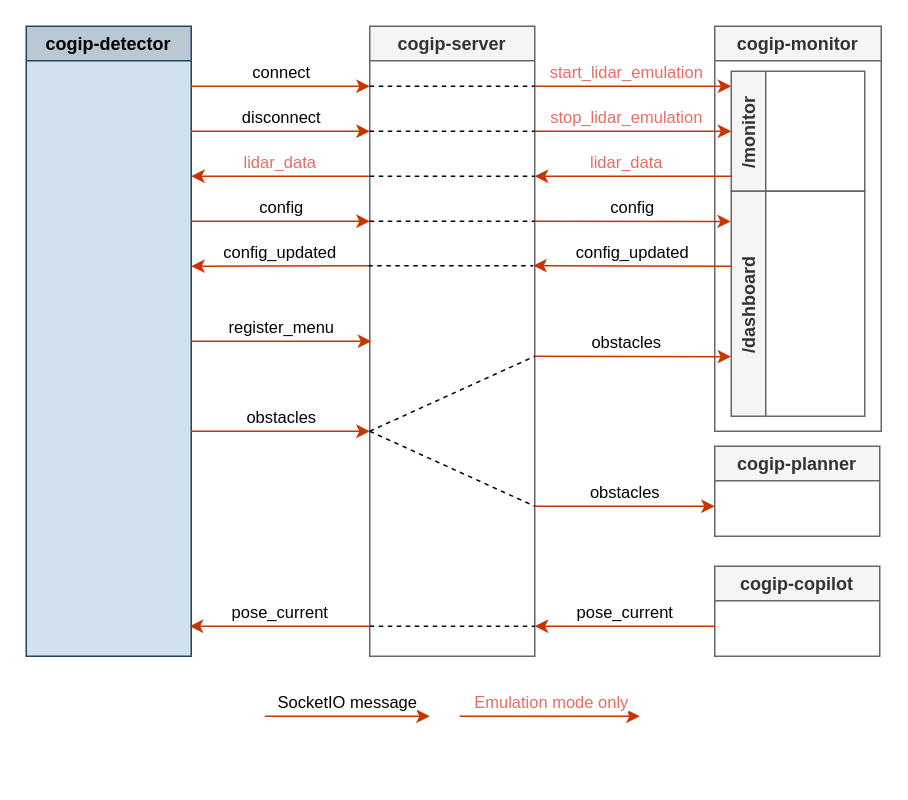
Above: page "detector" (4 of 7) of docs/img/cogip.drawio in cogip/simulation (draw.io), before the change. Source tidied: cells renumbered, new cells numbered last; positions are measured from the earlier drawing's top-left corner, leaving out a move shared by most shapes. Both pictures are drawn from the tidied source at 150%, with x=0, y=0 at pixel (26, 26).
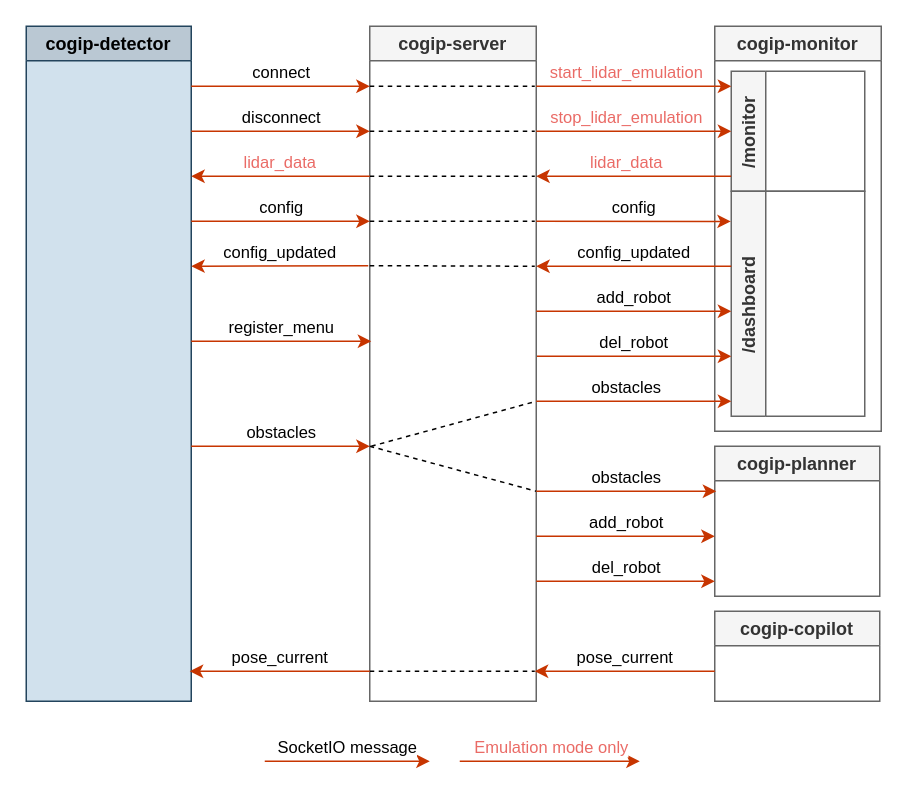
The same page after the edit.

Commit message (it also covers changes not shown here):
docs: update schemas with add_robot and del_robot data flow

The change refers to these unchanged cells:
```xml
<mxCell id="2" value="cogip-monitor" style="swimlane;fillColor=#f5f5f5;strokeColor=#666666;fontColor=#333333;swimlaneFillColor=none;" parent="1" vertex="1">
  <mxGeometry x="459" width="111" height="270" as="geometry" />
</mxCell>
<mxCell id="3" value="/monitor" style="swimlane;horizontal=0;fontColor=#333333;fillColor=#f5f5f5;strokeColor=#666666;" parent="2" vertex="1">
  <mxGeometry x="11" y="30" width="89" height="80" as="geometry" />
</mxCell>
<mxCell id="4" value="/dashboard" style="swimlane;horizontal=0;fontColor=#333333;fillColor=#f5f5f5;strokeColor=#666666;" parent="2" vertex="1">
  <mxGeometry x="11" y="110" width="89" height="150" as="geometry" />
</mxCell>
```

Diff of the diagram source:
```diff
@@
+    <mxCell id="35" value="del_robot" style="endArrow=classic;html=1;rounded=0;verticalAlign=bottom;fillColor=#fa6800;strokeColor=#C73500;startArrow=none;startFill=0;endFill=1;" parent="2" edge="1">
+      <mxGeometry relative="1" as="geometry">
+        <mxPoint x="-119" y="220" as="sourcePoint" />
+        <mxPoint x="11" y="220" as="targetPoint" />
+      </mxGeometry>
+    </mxCell>
     <mxCell id="5" value="cogip-detector" style="swimlane;fillColor=#bac8d3;strokeColor=#23445d;swimlaneFillColor=#D1E1ED;" parent="1" vertex="1">
-      <mxGeometry width="110" height="420" as="geometry" />
+      <mxGeometry width="110" height="450" as="geometry" />
     </mxCell>
     <mxCell id="6" value="cogip-server" style="swimlane;fillColor=#f5f5f5;fontColor=#333333;strokeColor=#666666;" parent="1" vertex="1">
-      <mxGeometry x="229" width="110" height="420" as="geometry" />
+      <mxGeometry x="229" width="111" height="450" as="geometry" />
     </mxCell>
@@
     <mxCell id="10" style="endArrow=none;dashed=1;html=1;rounded=0;" parent="6" edge="1">
       <mxGeometry relative="1" as="geometry">
-        <mxPoint y="400" as="sourcePoint" />
-        <mxPoint x="110" y="400" as="targetPoint" />
+        <mxPoint y="430" as="sourcePoint" />
+        <mxPoint x="110" y="430" as="targetPoint" />
       </mxGeometry>
     </mxCell>
     <mxCell id="11" style="endArrow=none;dashed=1;html=1;rounded=0;" parent="6" edge="1">
       <mxGeometry relative="1" as="geometry">
-        <mxPoint y="270" as="sourcePoint" />
-        <mxPoint x="110" y="220" as="targetPoint" />
+        <mxPoint x="1" y="280" as="sourcePoint" />
+        <mxPoint x="111" y="250" as="targetPoint" />
       </mxGeometry>
     </mxCell>
     <mxCell id="12" style="endArrow=none;dashed=1;html=1;rounded=0;" parent="6" edge="1">
       <mxGeometry relative="1" as="geometry">
-        <mxPoint y="270" as="sourcePoint" />
-        <mxPoint x="110" y="320" as="targetPoint" />
+        <mxPoint y="280" as="sourcePoint" />
+        <mxPoint x="111" y="310" as="targetPoint" />
       </mxGeometry>
     </mxCell>
@@
     <mxCell id="14" value="config" style="endArrow=classic;html=1;rounded=0;verticalAlign=bottom;snapToPoint=1;fillColor=#fa6800;strokeColor=#C73500;entryX=-0.003;entryY=0.134;entryDx=0;entryDy=0;entryPerimeter=0;" parent="6" edge="1" target="4">
       <mxGeometry relative="1" as="geometry">
-        <mxPoint x="110" y="130" as="sourcePoint" />
+        <mxPoint x="111" y="130" as="sourcePoint" />
       </mxGeometry>
     </mxCell>
     <mxCell id="15" style="endArrow=none;dashed=1;html=1;rounded=0;" parent="6" edge="1">
       <mxGeometry relative="1" as="geometry">
-        <mxPoint x="-1" y="159.6" as="sourcePoint" />
-        <mxPoint x="109" y="159.6" as="targetPoint" />
+        <mxPoint y="159.6" as="sourcePoint" />
+        <mxPoint x="110" y="160" as="targetPoint" />
       </mxGeometry>
     </mxCell>
     <mxCell id="16" value="config_updated" style="endArrow=classic;html=1;rounded=0;verticalAlign=bottom;fillColor=#fa6800;strokeColor=#C73500;" parent="6" edge="1">
       <mxGeometry relative="1" as="geometry">
         <mxPoint x="241" y="160" as="sourcePoint" />
-        <mxPoint x="109" y="159.6" as="targetPoint" />
+        <mxPoint x="111" y="160" as="targetPoint" />
       </mxGeometry>
     </mxCell>
     <mxCell id="17" value="cogip-copilot" style="swimlane;fillColor=#f5f5f5;fontColor=#333333;strokeColor=#666666;" parent="1" vertex="1">
-      <mxGeometry x="459" y="360" width="110" height="60" as="geometry" />
+      <mxGeometry x="459" y="390" width="110" height="60" as="geometry" />
     </mxCell>
     <mxCell id="18" value="pose_current" style="endArrow=classic;html=1;rounded=0;verticalAlign=bottom;fillColor=#fa6800;strokeColor=#C73500;" parent="1" edge="1">
       <mxGeometry relative="1" as="geometry">
-        <mxPoint x="229" y="400" as="sourcePoint" />
-        <mxPoint x="109" y="400" as="targetPoint" />
+        <mxPoint x="229" y="430" as="sourcePoint" />
+        <mxPoint x="109" y="430" as="targetPoint" />
       </mxGeometry>
     </mxCell>
@@
     <mxCell id="21" value="obstacles" style="endArrow=classic;html=1;rounded=0;verticalAlign=bottom;snapToPoint=1;fillColor=#fa6800;strokeColor=#C73500;" parent="1" edge="1">
       <mxGeometry relative="1" as="geometry">
-        <mxPoint x="110" y="270" as="sourcePoint" />
-        <mxPoint x="229" y="270" as="targetPoint" />
+        <mxPoint x="110" y="280" as="sourcePoint" />
+        <mxPoint x="229" y="280" as="targetPoint" />
       </mxGeometry>
     </mxCell>
     <mxCell id="22" value="start_lidar_emulation" style="endArrow=classic;html=1;rounded=0;verticalAlign=bottom;fontColor=#EA6B66;fillColor=#fa6800;strokeColor=#C73500;" parent="1" edge="1">
       <mxGeometry x="-0.07" relative="1" as="geometry">
-        <mxPoint x="339" y="40" as="sourcePoint" />
+        <mxPoint x="340" y="40" as="sourcePoint" />
         <mxPoint x="470" y="40" as="targetPoint" />
       </mxGeometry>
     </mxCell>
     <mxCell id="23" value="stop_lidar_emulation" style="endArrow=classic;html=1;rounded=0;verticalAlign=bottom;fontColor=#EA6B66;fillColor=#fa6800;strokeColor=#C73500;" parent="1" edge="1">
       <mxGeometry x="-0.07" relative="1" as="geometry">
-        <mxPoint x="339" y="70" as="sourcePoint" />
+        <mxPoint x="340" y="70" as="sourcePoint" />
         <mxPoint x="470" y="70" as="targetPoint" />
       </mxGeometry>
     </mxCell>
@@
     <mxCell id="25" value="lidar_data" style="endArrow=classic;html=1;rounded=0;verticalAlign=bottom;fontColor=#EA6B66;fillColor=#fa6800;strokeColor=#C73500;exitX=-0.001;exitY=0.875;exitDx=0;exitDy=0;exitPerimeter=0;" parent="1" edge="1" source="3">
       <mxGeometry x="0.07" relative="1" as="geometry">
-        <mxPoint x="339" y="100" as="targetPoint" />
+        <mxPoint x="340" y="100" as="targetPoint" />
       </mxGeometry>
     </mxCell>
     <mxCell id="26" value="cogip-planner" style="swimlane;fillColor=#f5f5f5;fontColor=#333333;strokeColor=#666666;" parent="1" vertex="1">
-      <mxGeometry x="459" y="280" width="110" height="60" as="geometry" />
+      <mxGeometry x="459" y="280" width="110" height="100" as="geometry" />
     </mxCell>
     <mxCell id="27" value="pose_current" style="endArrow=classic;html=1;rounded=0;verticalAlign=bottom;fillColor=#fa6800;strokeColor=#C73500;" parent="1" edge="1">
       <mxGeometry relative="1" as="geometry">
-        <mxPoint x="459" y="400" as="sourcePoint" />
-        <mxPoint x="339" y="400" as="targetPoint" />
+        <mxPoint x="459" y="430" as="sourcePoint" />
+        <mxPoint x="339" y="430" as="targetPoint" />
       </mxGeometry>
     </mxCell>
     <mxCell id="28" value="obstacles" style="endArrow=classic;html=1;rounded=0;verticalAlign=bottom;snapToPoint=1;fillColor=#fa6800;strokeColor=#C73500;" parent="1" edge="1">
       <mxGeometry relative="1" as="geometry">
-        <mxPoint x="339" y="320" as="sourcePoint" />
-        <mxPoint x="459" y="320" as="targetPoint" />
+        <mxPoint x="340" y="310" as="sourcePoint" />
+        <mxPoint x="460" y="310" as="targetPoint" />
       </mxGeometry>
     </mxCell>
     <mxCell id="29" value="SocketIO message" style="endArrow=classic;html=1;rounded=0;verticalAlign=bottom;strokeColor=#C73500;fillColor=#fa6800;" parent="1" edge="1">
       <mxGeometry relative="1" as="geometry">
-        <mxPoint x="159" y="460" as="sourcePoint" />
-        <mxPoint x="269" y="460" as="targetPoint" />
+        <mxPoint x="159" y="490" as="sourcePoint" />
+        <mxPoint x="269" y="490" as="targetPoint" />
       </mxGeometry>
     </mxCell>
     <mxCell id="30" value="Emulation mode only" style="endArrow=classic;html=1;rounded=0;verticalAlign=bottom;fontColor=#EA6B66;fillColor=#fa6800;strokeColor=#C73500;" parent="1" edge="1">
       <mxGeometry x="0.02" relative="1" as="geometry">
-        <mxPoint x="289" y="460" as="sourcePoint" />
-        <mxPoint x="409" y="460" as="targetPoint" />
+        <mxPoint x="289" y="490" as="sourcePoint" />
+        <mxPoint x="409" y="490" as="targetPoint" />
       </mxGeometry>
     </mxCell>
-    <mxCell id="31" value="obstacles" style="endArrow=classic;html=1;rounded=0;verticalAlign=bottom;snapToPoint=1;fillColor=#fa6800;strokeColor=#C73500;entryX=-0.001;entryY=0.67;entryDx=0;entryDy=0;entryPerimeter=0;" parent="1" edge="1">
+    <mxCell id="31" value="obstacles" style="endArrow=classic;html=1;rounded=0;verticalAlign=bottom;snapToPoint=1;fillColor=#fa6800;strokeColor=#C73500;" parent="1" edge="1">
       <mxGeometry x="-0.07" relative="1" as="geometry">
-        <mxPoint x="339" y="220" as="sourcePoint" />
-        <mxPoint x="469.9" y="220.3" as="targetPoint" />
+        <mxPoint x="340" y="250" as="sourcePoint" />
+        <mxPoint x="470" y="250" as="targetPoint" />
       </mxGeometry>
     </mxCell>
@@
+    <mxCell id="36" value="add_robot" style="endArrow=classic;html=1;rounded=0;verticalAlign=bottom;fillColor=#fa6800;strokeColor=#C73500;startArrow=none;startFill=0;endFill=1;" parent="1" edge="1">
+      <mxGeometry relative="1" as="geometry">
+        <mxPoint x="340" y="190" as="sourcePoint" />
+        <mxPoint x="470" y="190" as="targetPoint" />
+      </mxGeometry>
+    </mxCell>
+    <mxCell id="37" value="del_robot" style="endArrow=classic;html=1;rounded=0;verticalAlign=bottom;fillColor=#fa6800;strokeColor=#C73500;startArrow=none;startFill=0;endFill=1;" parent="1" edge="1">
+      <mxGeometry relative="1" as="geometry">
+        <mxPoint x="340" y="370" as="sourcePoint" />
+        <mxPoint x="459" y="370" as="targetPoint" />
+      </mxGeometry>
+    </mxCell>
+    <mxCell id="38" value="add_robot" style="endArrow=classic;html=1;rounded=0;verticalAlign=bottom;fillColor=#fa6800;strokeColor=#C73500;startArrow=none;startFill=0;endFill=1;" parent="1" edge="1">
+      <mxGeometry relative="1" as="geometry">
+        <mxPoint x="340" y="340" as="sourcePoint" />
+        <mxPoint x="459" y="340" as="targetPoint" />
+      </mxGeometry>
+    </mxCell>
```
